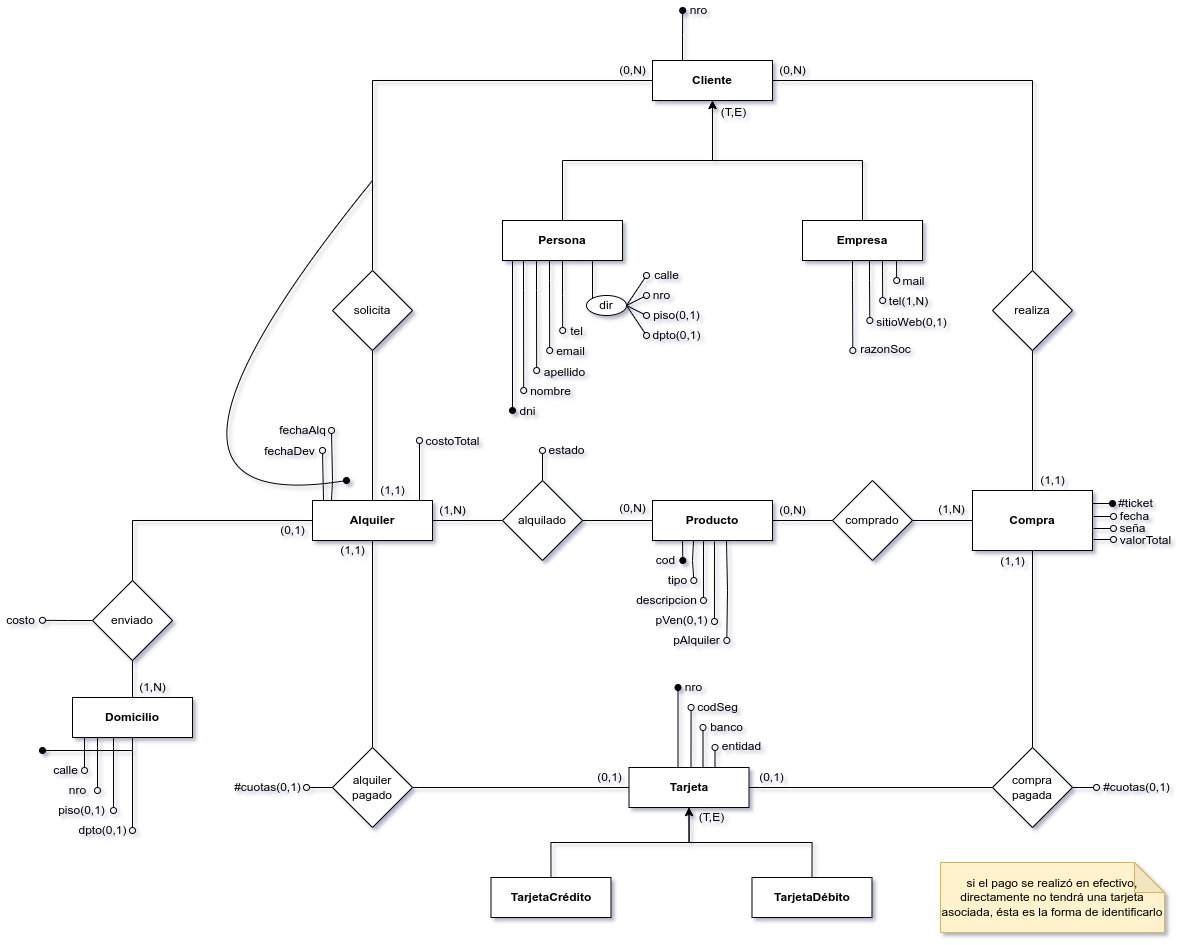
This is BD/BD - Práctica 1 - Ej 5.png from sergiocld99/unlp-tramo-final, a draw.io export, as it was before one commit. Source tidied: cells renumbered, new cells last; positions are measured from the earlier drawing's top-left corner, leaving out a move shared by most shapes.
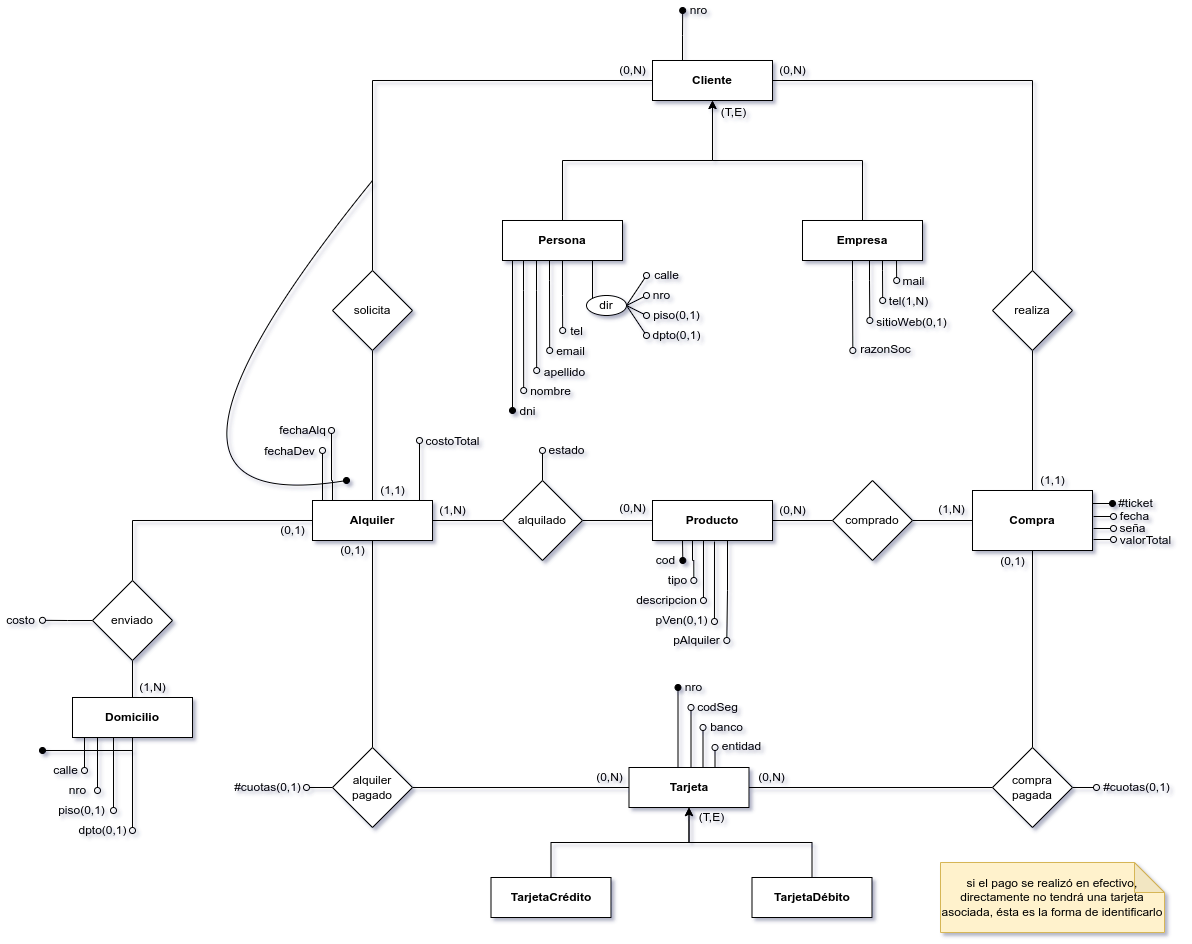
Above is the later version.

Commit message:
corrección de correspondencias para tarjeta

The edit, as a diff of the source:
```diff
@@ -306,10 +306,10 @@
     <mxCell id="62" value="compra&lt;br&gt;pagada" style="rhombus;whiteSpace=wrap;html=1;" parent="1" vertex="1">
       <mxGeometry x="992" y="747" width="80" height="80" as="geometry" />
     </mxCell>
-    <mxCell id="63" value="(1,1)" style="text;html=1;align=center;verticalAlign=middle;strokeColor=none;fillColor=none;" parent="1" vertex="1">
+    <mxCell id="63" value="(0,1)" style="text;html=1;align=center;verticalAlign=middle;strokeColor=none;fillColor=none;" parent="1" vertex="1">
       <mxGeometry x="332" y="540" width="40" height="20" as="geometry" />
     </mxCell>
-    <mxCell id="64" value="(1,1)" style="text;html=1;align=center;verticalAlign=middle;strokeColor=none;fillColor=none;" parent="1" vertex="1">
+    <mxCell id="64" value="(0,1)" style="text;html=1;align=center;verticalAlign=middle;strokeColor=none;fillColor=none;" parent="1" vertex="1">
       <mxGeometry x="992" y="551" width="40" height="20" as="geometry" />
     </mxCell>
     <mxCell id="65" value="fechaDev" style="text;html=1;align=center;verticalAlign=middle;strokeColor=none;fillColor=none;" parent="1" vertex="1">
@@ -539,10 +539,10 @@
     <mxCell id="123" value="codSeg" style="text;html=1;align=center;verticalAlign=middle;strokeColor=none;fillColor=none;" parent="1" vertex="1">
       <mxGeometry x="686.5" y="697" width="60" height="20" as="geometry" />
     </mxCell>
-    <mxCell id="124" value="(0,1)" style="text;html=1;align=center;verticalAlign=middle;strokeColor=none;fillColor=none;" parent="1" vertex="1">
+    <mxCell id="124" value="(0,N)" style="text;html=1;align=center;verticalAlign=middle;strokeColor=none;fillColor=none;" parent="1" vertex="1">
       <mxGeometry x="588.5" y="767" width="40" height="20" as="geometry" />
     </mxCell>
-    <mxCell id="125" value="(0,1)" style="text;html=1;align=center;verticalAlign=middle;strokeColor=none;fillColor=none;" parent="1" vertex="1">
+    <mxCell id="125" value="(0,N)" style="text;html=1;align=center;verticalAlign=middle;strokeColor=none;fillColor=none;" parent="1" vertex="1">
       <mxGeometry x="750.5" y="767" width="40" height="20" as="geometry" />
     </mxCell>
     <mxCell id="126" value="si el pago se realizó en efectivo, directamente no tendrá una tarjeta asociada, ésta es la forma de identificarlo" style="shape=note;whiteSpace=wrap;html=1;backgroundOutline=1;darkOpacity=0.05;fillColor=#fff2cc;strokeColor=#d6b656;" parent="1" vertex="1">
```
